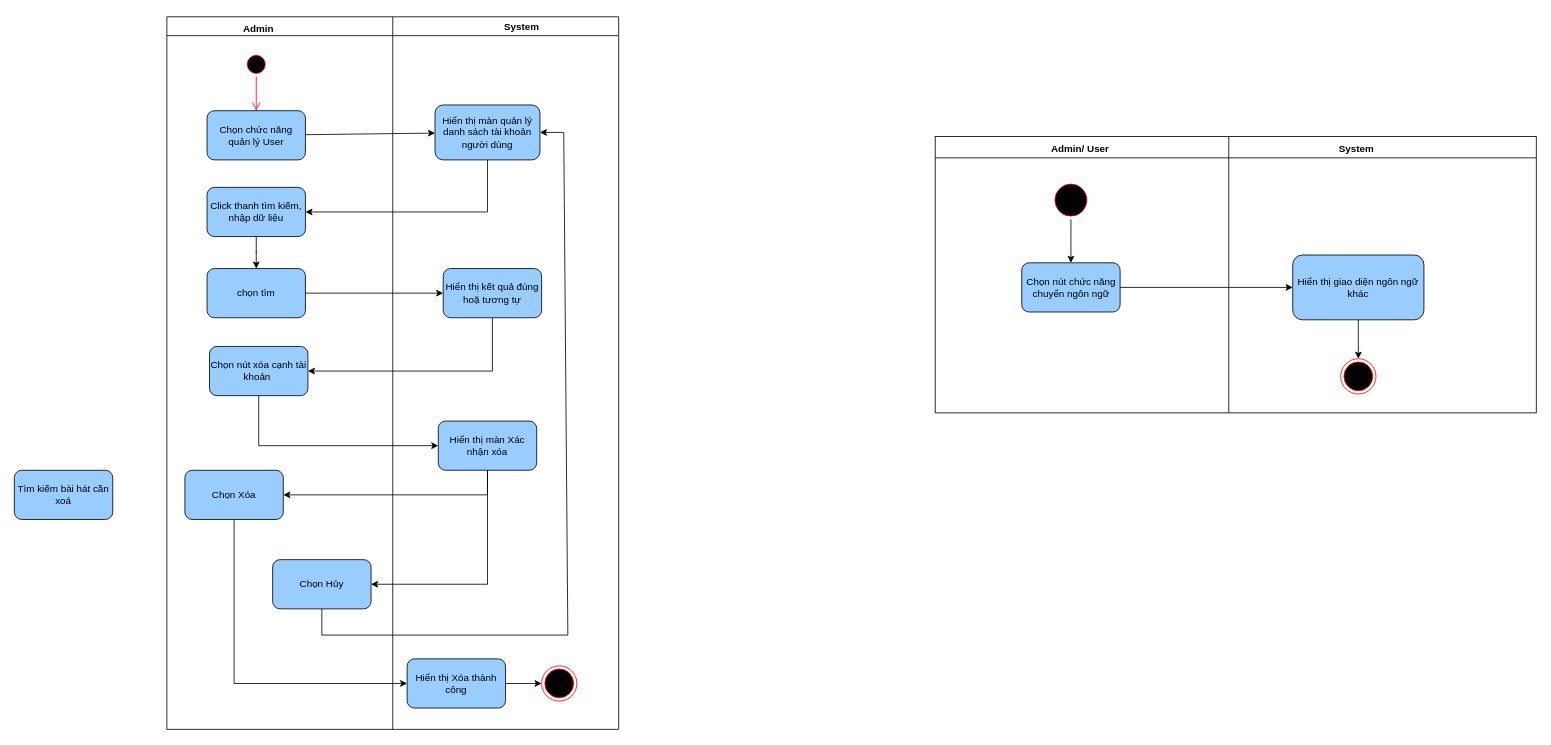
Above: page "Activity Xoá bài hát" (15 of 34) of Biểu đồ không có tiêu đề.drawio in anhduy7723/api_auth (draw.io), before the change. Source tidied: cells renumbered, new cells numbered last; positions are measured from the earlier drawing's top-left corner, leaving out a move shared by most shapes. Both pictures are drawn from the tidied source at 82%, with x=0, y=0 at pixel (14, 14).
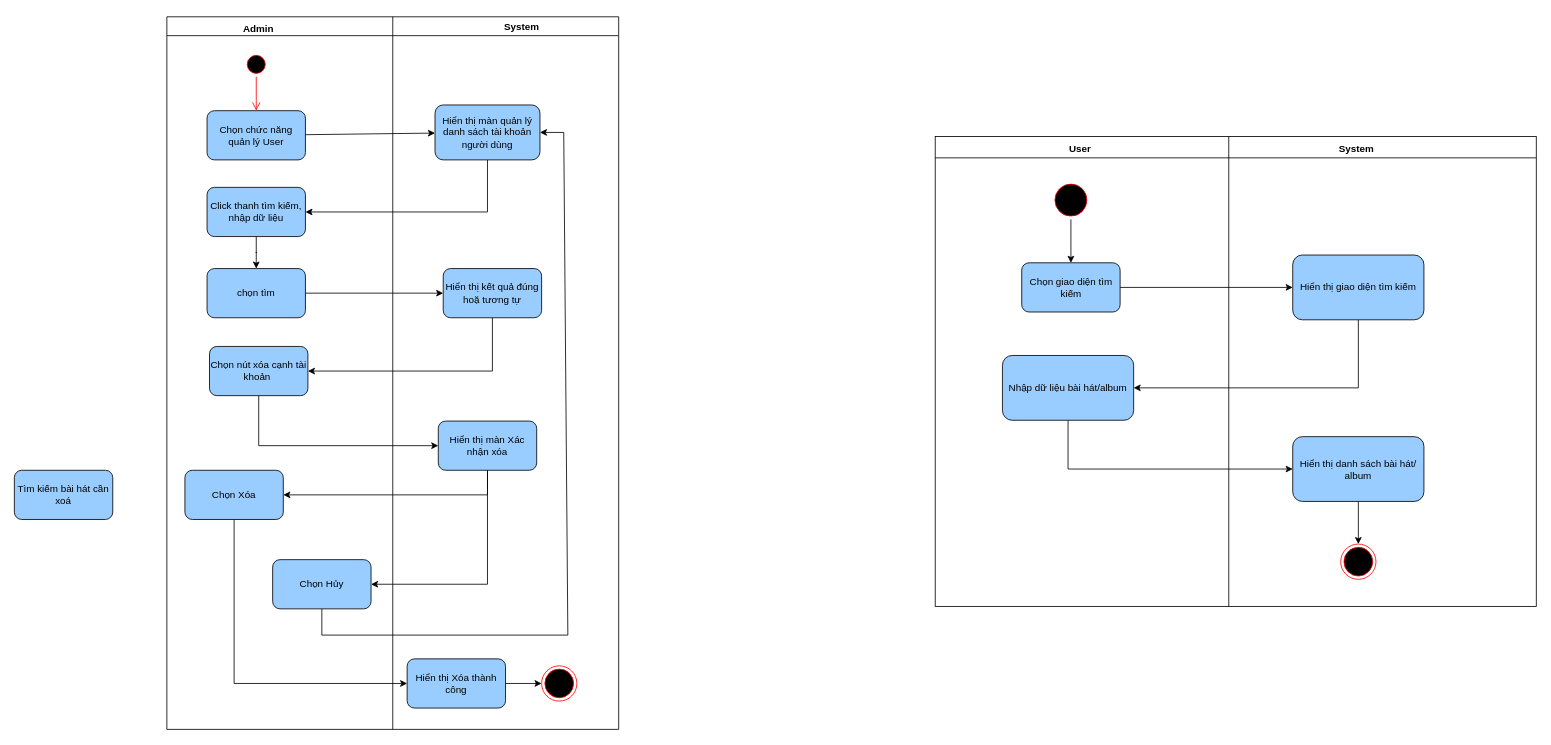
The same page after the edit.

Diff of the diagram source:
```diff
@@
     <mxCell id="31" style="shape=internalStorage;whiteSpace=wrap;html=1;backgroundOutline=1;dx=358;dy=26;" parent="1" vertex="1">
-      <mxGeometry x="1123" y="149" width="733" height="337" as="geometry" />
+      <mxGeometry x="1123" y="149" width="733" height="573" as="geometry" />
     </mxCell>
@@
-    <mxCell id="34" value="Chọn nút chức năng chuyển ngôn ngữ" style="rounded=1;whiteSpace=wrap;html=1;fillColor=#99CCFF;" parent="1" vertex="1">
+    <mxCell id="34" value="Chọn giao diện tìm kiếm" style="rounded=1;whiteSpace=wrap;html=1;fillColor=#99CCFF;" parent="1" vertex="1">
       <mxGeometry x="1228.5" y="303" width="120" height="60" as="geometry" />
     </mxCell>
-    <mxCell id="35" style="edgeStyle=orthogonalEdgeStyle;rounded=0;jettySize=auto;html=1;" parent="1" edge="1" source="36" target="38">
-      <mxGeometry relative="1" as="geometry" />
-    </mxCell>
+    <mxCell id="41" style="edgeStyle=orthogonalEdgeStyle;rounded=0;jettySize=auto;html=1;entryX=1;entryY=0.5;entryDx=0;entryDy=0;exitX=0.5;exitY=1;exitDx=0;exitDy=0;" parent="1" edge="1" source="36" target="43">
+      <mxGeometry relative="1" as="geometry" />
+    </mxCell>
-    <mxCell id="36" value="Hiển thị giao diện ngôn ngữ khác" style="rounded=1;whiteSpace=wrap;html=1;fillColor=#99CCFF;" parent="1" vertex="1">
+    <mxCell id="36" value="Hiển thị giao diện tìm kiếm" style="rounded=1;whiteSpace=wrap;html=1;fillColor=#99CCFF;" parent="1" vertex="1">
       <mxGeometry x="1559" y="293.5" width="160" height="79" as="geometry" />
     </mxCell>
@@
     <mxCell id="38" style="ellipse;html=1;shape=endState;fillColor=#000000;strokeColor=#ff0000;" parent="1" vertex="1">
-      <mxGeometry x="1617.5" y="420" width="43" height="43" as="geometry" />
+      <mxGeometry x="1617.5" y="646" width="43" height="43" as="geometry" />
     </mxCell>
-    <mxCell id="39" value="&lt;b&gt;Admin/ User&lt;/b&gt;" style="text;html=1;align=center;verticalAlign=middle;whiteSpace=wrap;rounded=0;" parent="1" vertex="1">
+    <mxCell id="39" value="&lt;b&gt;User&lt;/b&gt;" style="text;html=1;align=center;verticalAlign=middle;whiteSpace=wrap;rounded=0;" parent="1" vertex="1">
       <mxGeometry x="1250.5" y="149" width="98" height="30" as="geometry" />
     </mxCell>
@@
+    <mxCell id="42" style="edgeStyle=orthogonalEdgeStyle;rounded=0;jettySize=auto;html=1;exitX=0.5;exitY=1;exitDx=0;exitDy=0;entryX=0;entryY=0.5;entryDx=0;entryDy=0;" parent="1" edge="1" source="43" target="45">
+      <mxGeometry relative="1" as="geometry" />
+    </mxCell>
+    <mxCell id="43" value="Nhập dữ liệu bài hát/album" style="rounded=1;whiteSpace=wrap;html=1;fillColor=#99CCFF;" parent="1" vertex="1">
+      <mxGeometry x="1205" y="416" width="160" height="79" as="geometry" />
+    </mxCell>
+    <mxCell id="44" style="edgeStyle=orthogonalEdgeStyle;rounded=0;jettySize=auto;html=1;" parent="1" edge="1" source="45" target="38">
+      <mxGeometry relative="1" as="geometry" />
+    </mxCell>
+    <mxCell id="45" value="Hiển thị danh sách bài hát/ album" style="rounded=1;whiteSpace=wrap;html=1;fillColor=#99CCFF;" parent="1" vertex="1">
+      <mxGeometry x="1559" y="515" width="160" height="79" as="geometry" />
+    </mxCell>
```
